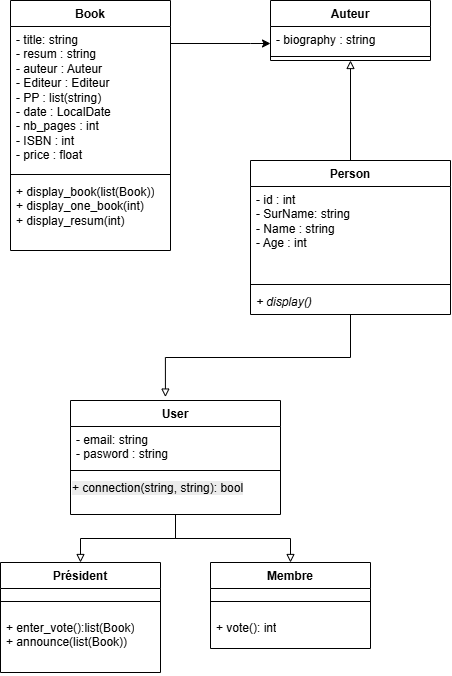
This is UML/classes.drawio.png from doremijazz/evaluation_python_metier, a draw.io export, as it was before one commit. Source tidied: cells renumbered, new cells last; positions are measured from the earlier drawing's top-left corner, leaving out a move shared by most shapes.
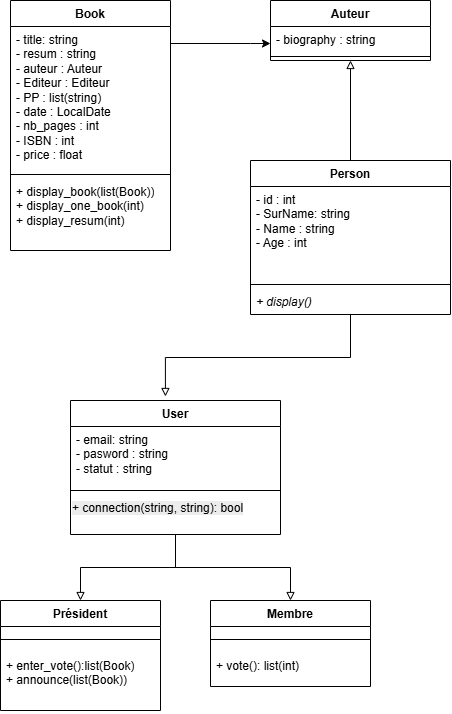
The same diagram one commit later.

Commit message:
Ajout du statut dans user dans le diagramme de classe

Change to the diagram source:
```diff
@@ -47,7 +47,7 @@
       <mxGeometry y="52" width="160" height="8" as="geometry" />
     </mxCell>
     <mxCell id="15" value="Président" style="swimlane;fontStyle=1;align=center;verticalAlign=top;horizontal=1;startSize=26;whiteSpace=wrap;html=1;" parent="1" vertex="1">
-      <mxGeometry y="562" width="160" height="110" as="geometry" />
+      <mxGeometry y="600" width="160" height="110" as="geometry" />
     </mxCell>
     <mxCell id="16" style="line;strokeWidth=1;fillColor=none;align=left;verticalAlign=middle;spacingTop=-1;spacingLeft=3;spacingRight=3;labelPosition=right;strokeColor=inherit;" parent="15" vertex="1">
       <mxGeometry y="26" width="160" height="26" as="geometry" />
@@ -56,25 +56,25 @@
       <mxGeometry y="52" width="160" height="58" as="geometry" />
     </mxCell>
     <mxCell id="18" value="Membre" style="swimlane;fontStyle=1;align=center;verticalAlign=top;horizontal=1;startSize=26;whiteSpace=wrap;html=1;" parent="1" vertex="1">
-      <mxGeometry x="210" y="562" width="160" height="86" as="geometry" />
+      <mxGeometry x="210" y="600" width="160" height="86" as="geometry" />
     </mxCell>
     <mxCell id="19" style="line;strokeWidth=1;fillColor=none;align=left;verticalAlign=middle;spacingTop=-1;spacingLeft=3;spacingRight=3;labelPosition=right;strokeColor=inherit;" parent="18" vertex="1">
       <mxGeometry y="26" width="160" height="26" as="geometry" />
     </mxCell>
-    <mxCell id="20" value="+ vote(): int" style="text;strokeColor=none;fillColor=none;align=left;verticalAlign=top;spacingLeft=4;spacingRight=4;overflow=hidden;whiteSpace=wrap;html=1;" parent="18" vertex="1">
+    <mxCell id="20" value="+ vote(): list(int)" style="text;strokeColor=none;fillColor=none;align=left;verticalAlign=top;spacingLeft=4;spacingRight=4;overflow=hidden;whiteSpace=wrap;html=1;" parent="18" vertex="1">
       <mxGeometry y="52" width="160" height="34" as="geometry" />
     </mxCell>
     <mxCell id="21" value="User" style="swimlane;fontStyle=1;align=center;verticalAlign=top;horizontal=1;startSize=26;whiteSpace=wrap;html=1;" parent="1" vertex="1">
-      <mxGeometry x="70" y="400" width="210" height="114" as="geometry" />
+      <mxGeometry x="70" y="400" width="210" height="134" as="geometry" />
     </mxCell>
-    <mxCell id="22" value="- email: string&lt;div&gt;- pasword : string&lt;/div&gt;" style="text;strokeColor=none;fillColor=none;align=left;verticalAlign=top;spacingLeft=4;spacingRight=4;overflow=hidden;whiteSpace=wrap;html=1;" parent="21" vertex="1">
-      <mxGeometry y="26" width="210" height="40" as="geometry" />
+    <mxCell id="22" value="- email: string&lt;div&gt;- pasword : string&lt;/div&gt;&lt;div&gt;- statut : string&lt;/div&gt;" style="text;strokeColor=none;fillColor=none;align=left;verticalAlign=top;spacingLeft=4;spacingRight=4;overflow=hidden;whiteSpace=wrap;html=1;" parent="21" vertex="1">
+      <mxGeometry y="26" width="210" height="60" as="geometry" />
     </mxCell>
     <mxCell id="23" style="line;strokeWidth=1;fillColor=none;align=left;verticalAlign=middle;spacingTop=-1;spacingLeft=3;spacingRight=3;labelPosition=right;strokeColor=inherit;" parent="21" vertex="1">
-      <mxGeometry y="66" width="210" height="8" as="geometry" />
+      <mxGeometry y="86" width="210" height="8" as="geometry" />
     </mxCell>
     <mxCell id="24" value="&lt;span style=&quot;color: rgb(0, 0, 0); font-family: Helvetica; font-size: 12px; font-style: normal; font-variant-ligatures: normal; font-variant-caps: normal; font-weight: 400; letter-spacing: normal; orphans: 2; text-align: left; text-indent: 0px; text-transform: none; widows: 2; word-spacing: 0px; -webkit-text-stroke-width: 0px; white-space: normal; background-color: rgb(236, 236, 236); text-decoration-thickness: initial; text-decoration-style: initial; text-decoration-color: initial; display: inline !important; float: none;&quot;&gt;+ connection(string, string): bool&lt;/span&gt;" style="text;whiteSpace=wrap;html=1;" parent="21" vertex="1">
-      <mxGeometry y="74" width="210" height="40" as="geometry" />
+      <mxGeometry y="94" width="210" height="40" as="geometry" />
     </mxCell>
     <mxCell id="25" style="edgeStyle=orthogonalEdgeStyle;rounded=0;jettySize=auto;html=1;entryX=0.452;entryY=-0.03;entryDx=0;entryDy=0;entryPerimeter=0;endArrow=block;endFill=0;" parent="1" edge="1" source="8" target="21">
       <mxGeometry relative="1" as="geometry" />
```
